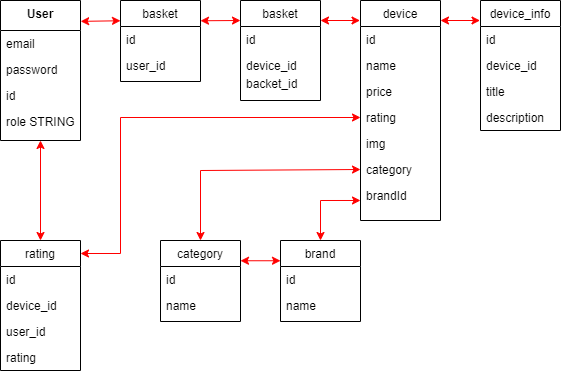
Earlier version of the draw.io export diagram.png (SDen4/online_store_example). Source tidied: cells renumbered, new cells last; positions are measured from the earlier drawing's top-left corner, leaving out a move shared by most shapes.
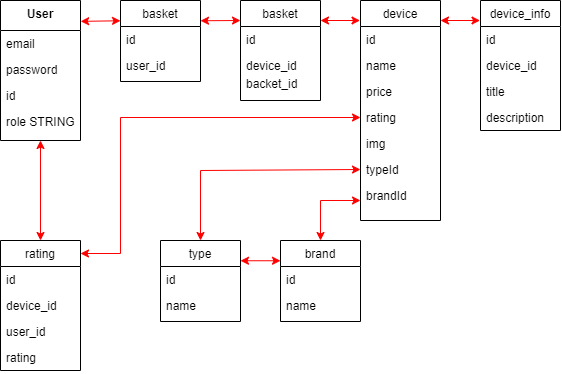
After the change.

Commit message:
server: diagram update, plugin models

Change to the diagram source:
```diff
@@ -44,7 +44,7 @@
     <mxCell id="15" value="img" style="text;align=left;verticalAlign=top;spacingLeft=4;spacingRight=4;overflow=hidden;rounded=0;shadow=0;html=0;" parent="10" vertex="1">
       <mxGeometry y="130" width="80" height="26" as="geometry" />
     </mxCell>
-    <mxCell id="16" value="category" style="text;align=left;verticalAlign=top;spacingLeft=4;spacingRight=4;overflow=hidden;points=[[0,0.5],[1,0.5]];portConstraint=eastwest;rounded=0;shadow=0;html=0;" parent="10" vertex="1">
+    <mxCell id="16" value="typeId" style="text;align=left;verticalAlign=top;spacingLeft=4;spacingRight=4;overflow=hidden;points=[[0,0.5],[1,0.5]];portConstraint=eastwest;rounded=0;shadow=0;html=0;" parent="10" vertex="1">
       <mxGeometry y="156" width="80" height="26" as="geometry" />
     </mxCell>
     <mxCell id="17" value="brandId" style="text;align=left;verticalAlign=top;spacingLeft=4;spacingRight=4;overflow=hidden;points=[[0,0.5],[1,0.5]];portConstraint=eastwest;rounded=0;shadow=0;html=0;" parent="10" vertex="1">
@@ -64,7 +64,7 @@
     <mxCell id="21" value="name" style="text;align=left;verticalAlign=top;spacingLeft=4;spacingRight=4;overflow=hidden;rounded=0;shadow=0;html=0;" parent="19" vertex="1">
       <mxGeometry y="52" width="80" height="26" as="geometry" />
     </mxCell>
-    <mxCell id="22" value="category" style="swimlane;fontStyle=0;align=center;verticalAlign=top;horizontal=1;startSize=26;rounded=0;shadow=0;strokeWidth=1;swimlaneFillColor=default;" parent="1" vertex="1">
+    <mxCell id="22" value="type" style="swimlane;fontStyle=0;align=center;verticalAlign=top;horizontal=1;startSize=26;rounded=0;shadow=0;strokeWidth=1;swimlaneFillColor=default;" parent="1" vertex="1">
       <mxGeometry x="160" y="240" width="80" height="81" as="geometry" />
     </mxCell>
     <mxCell id="23" value="id" style="text;align=left;verticalAlign=top;spacingLeft=4;spacingRight=4;overflow=hidden;" parent="22" vertex="1">
```
